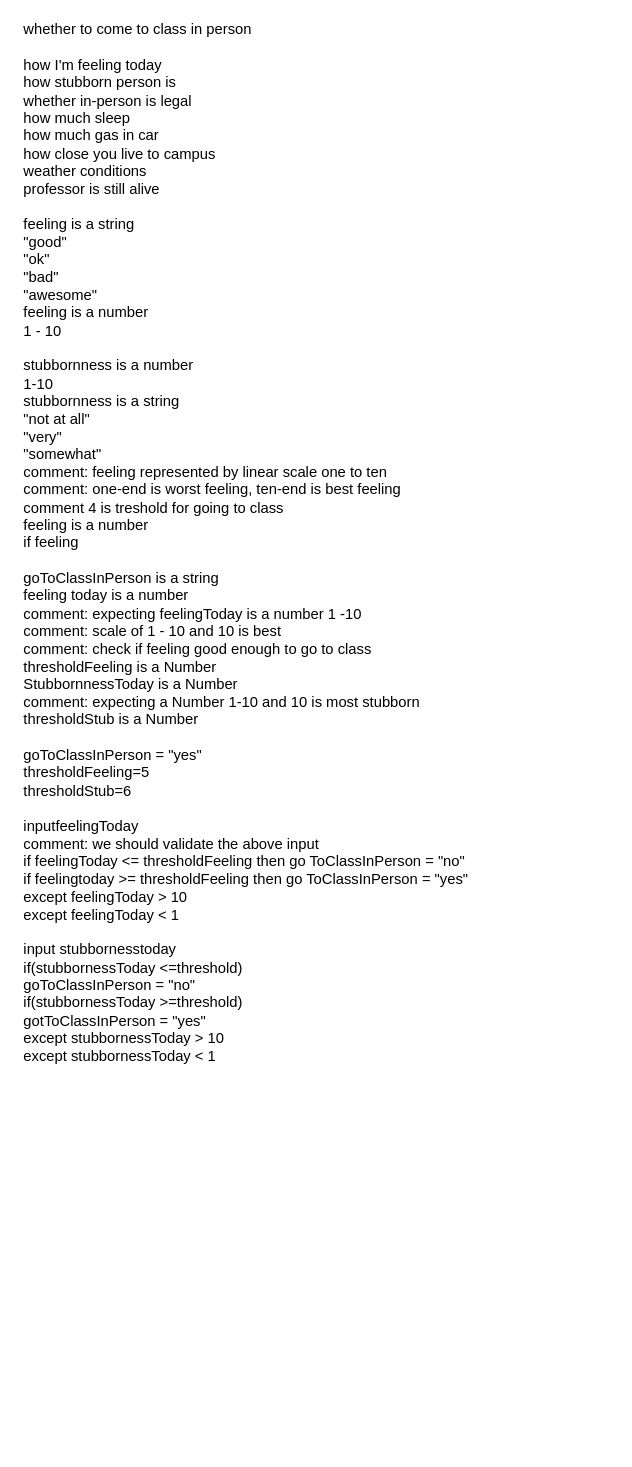
This is gotoclass Diagram.drawio from atimmer1/First-CSCS-1240, a draw.io file, before an edit. Source tidied: cells renumbered, new cells numbered last; positions are measured from the earlier drawing's top-left corner, leaving out a move shared by most shapes. Both pictures are drawn from the tidied source at 123%, with x=0, y=0 at pixel (21, 57).
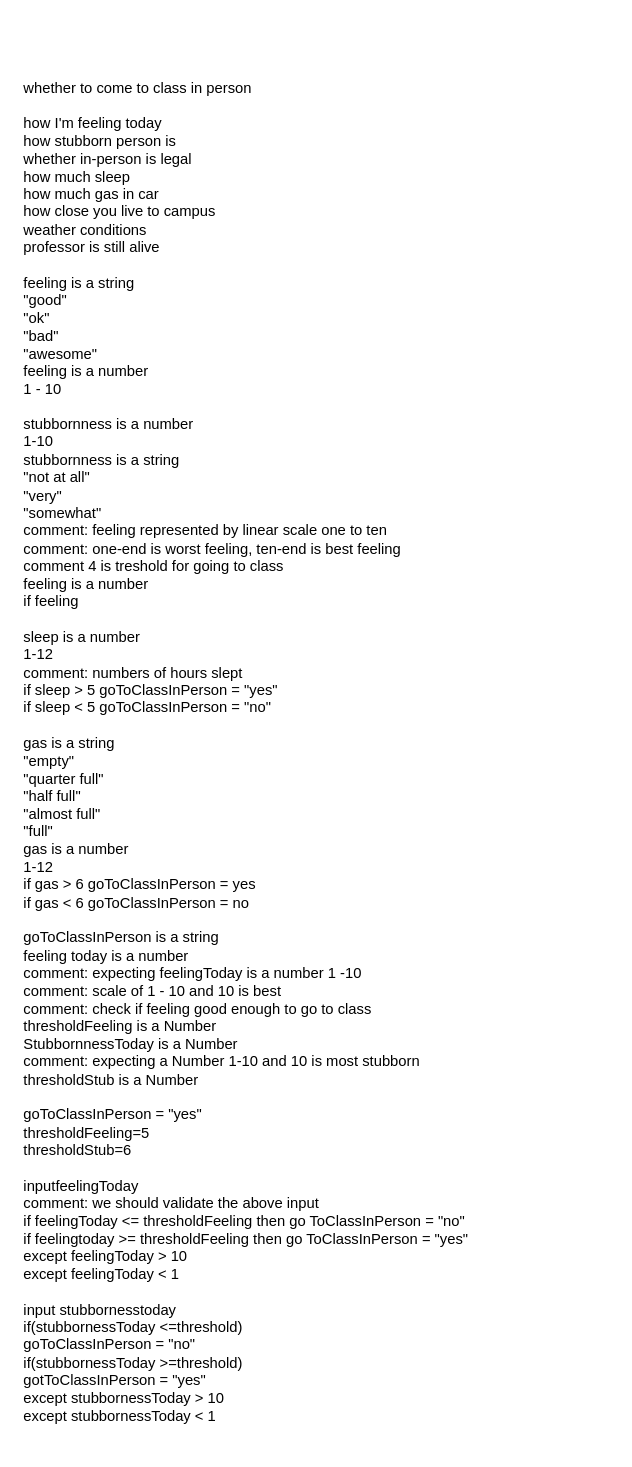
The same page after the edit.

Change to the diagram source:
```diff
@@
 <mxGraphModel>
   <root>
     <mxCell id="0" />
     <mxCell id="1" parent="0" />
-    <mxCell id="2" value="whether to come to class in person&lt;br&gt;&lt;br&gt;how I'm feeling today&lt;br&gt;how stubborn person is&lt;br&gt;whether in-person is legal&lt;br&gt;how much sleep&lt;br&gt;how much gas in car&lt;br&gt;how close you live to campus&lt;br&gt;weather conditions&lt;br&gt;professor is still alive&lt;br&gt;&lt;br&gt;feeling is a string&amp;nbsp;&lt;br&gt;&quot;good&quot;&lt;br&gt;&quot;ok&quot;&lt;br&gt;&quot;bad&quot;&lt;br&gt;&quot;awesome&quot;&lt;br&gt;feeling is a number&amp;nbsp;&lt;br&gt;1 - 10&lt;br&gt;&lt;br&gt;stubbornness is a number&amp;nbsp;&lt;br&gt;1-10&lt;br&gt;stubbornness is a string&amp;nbsp;&lt;br&gt;&quot;not at all&quot;&lt;br&gt;&quot;very&quot;&lt;br&gt;&quot;somewhat&quot;&lt;br&gt;comment: feeling represented by linear scale one to ten&lt;br&gt;comment: one-end is worst feeling, ten-end is best feeling&lt;br&gt;comment 4 is treshold for going to class&lt;br&gt;feeling is a number&lt;br&gt;if feeling&amp;nbsp;&lt;br&gt;&lt;br&gt;goToClassInPerson is a string&lt;br&gt;feeling today is a number&amp;nbsp;&lt;br&gt;comment: expecting feelingToday is a number 1 -10&lt;br&gt;comment: scale of 1 - 10 and 10 is best&lt;br&gt;comment: check if feeling good enough to go to class&lt;br&gt;thresholdFeeling is a Number&lt;br&gt;StubbornnessToday is a Number&lt;br&gt;comment: expecting a Number 1-10 and 10 is most stubborn&lt;br&gt;thresholdStub is a Number&lt;br&gt;&lt;br&gt;goToClassInPerson = &quot;yes&quot;&lt;br&gt;thresholdFeeling=5&lt;br&gt;thresholdStub=6&lt;br&gt;&lt;br&gt;inputfeelingToday&amp;nbsp;&lt;br&gt;comment: we should validate the above input&lt;br&gt;if feelingToday &amp;lt;= thresholdFeeling then go ToClassInPerson = &quot;no&quot;&lt;br&gt;if feelingtoday &amp;gt;= thresholdFeeling then go ToClassInPerson = &quot;yes&quot;&lt;br&gt;except feelingToday &amp;gt; 10&lt;br&gt;except feelingToday &amp;lt; 1&lt;br&gt;&lt;br&gt;input stubbornesstoday&lt;br&gt;if(stubbornessToday &amp;lt;=threshold)&lt;br&gt;goToClassInPerson = &quot;no&quot;&lt;br&gt;if(stubbornessToday &amp;gt;=threshold)&lt;br&gt;gotToClassInPerson = &quot;yes&quot;&lt;br&gt;except stubbornessToday &amp;gt; 10&lt;br&gt;except stubbornessToday &amp;lt; 1&amp;nbsp;" style="text;html=1;strokeColor=none;fillColor=none;align=left;verticalAlign=middle;whiteSpace=wrap;rounded=0;" parent="1" vertex="1">
-      <mxGeometry width="410" height="790" as="geometry" />
+    <mxCell id="2" value="whether to come to class in person&lt;br&gt;&lt;br&gt;how I'm feeling today&lt;br&gt;how stubborn person is&lt;br&gt;whether in-person is legal&lt;br&gt;how much sleep&lt;br&gt;how much gas in car&lt;br&gt;how close you live to campus&lt;br&gt;weather conditions&lt;br&gt;professor is still alive&lt;br&gt;&lt;br&gt;feeling is a string&amp;nbsp;&lt;br&gt;&quot;good&quot;&lt;br&gt;&quot;ok&quot;&lt;br&gt;&quot;bad&quot;&lt;br&gt;&quot;awesome&quot;&lt;br&gt;feeling is a number&amp;nbsp;&lt;br&gt;1 - 10&lt;br&gt;&lt;br&gt;stubbornness is a number&amp;nbsp;&lt;br&gt;1-10&lt;br&gt;stubbornness is a string&amp;nbsp;&lt;br&gt;&quot;not at all&quot;&lt;br&gt;&quot;very&quot;&lt;br&gt;&quot;somewhat&quot;&lt;br&gt;comment: feeling represented by linear scale one to ten&lt;br&gt;comment: one-end is worst feeling, ten-end is best feeling&lt;br&gt;comment 4 is treshold for going to class&lt;br&gt;feeling is a number&lt;br&gt;if feeling&amp;nbsp;&lt;br&gt;&lt;br&gt;sleep is a number&lt;br&gt;1-12&lt;br&gt;comment: numbers of hours slept&lt;br&gt;if sleep &amp;gt; 5 goToClassInPerson = &quot;yes&quot;&lt;br&gt;if sleep &amp;lt; 5 goToClassInPerson = &quot;no&quot;&lt;br&gt;&lt;br&gt;gas is a string&lt;br&gt;&quot;empty&quot;&lt;br&gt;&quot;quarter full&quot;&lt;br&gt;&quot;half full&quot;&lt;br&gt;&quot;almost full&quot;&lt;br&gt;&quot;full&quot;&lt;br&gt;gas is a number&lt;br&gt;1-12&lt;br&gt;if gas &amp;gt; 6 goToClassInPerson = yes&lt;br&gt;if gas &amp;lt; 6 goToClassInPerson = no&lt;br&gt;&lt;br&gt;goToClassInPerson is a string&lt;br&gt;feeling today is a number&amp;nbsp;&lt;br&gt;comment: expecting feelingToday is a number 1 -10&lt;br&gt;comment: scale of 1 - 10 and 10 is best&lt;br&gt;comment: check if feeling good enough to go to class&lt;br&gt;thresholdFeeling is a Number&lt;br&gt;StubbornnessToday is a Number&lt;br&gt;comment: expecting a Number 1-10 and 10 is most stubborn&lt;br&gt;thresholdStub is a Number&lt;br&gt;&lt;br&gt;goToClassInPerson = &quot;yes&quot;&lt;br&gt;thresholdFeeling=5&lt;br&gt;thresholdStub=6&lt;br&gt;&lt;br&gt;inputfeelingToday&amp;nbsp;&lt;br&gt;comment: we should validate the above input&lt;br&gt;if feelingToday &amp;lt;= thresholdFeeling then go ToClassInPerson = &quot;no&quot;&lt;br&gt;if feelingtoday &amp;gt;= thresholdFeeling then go ToClassInPerson = &quot;yes&quot;&lt;br&gt;except feelingToday &amp;gt; 10&lt;br&gt;except feelingToday &amp;lt; 1&lt;br&gt;&lt;br&gt;input stubbornesstoday&lt;br&gt;if(stubbornessToday &amp;lt;=threshold)&lt;br&gt;goToClassInPerson = &quot;no&quot;&lt;br&gt;if(stubbornessToday &amp;gt;=threshold)&lt;br&gt;gotToClassInPerson = &quot;yes&quot;&lt;br&gt;except stubbornessToday &amp;gt; 10&lt;br&gt;except stubbornessToday &amp;lt; 1&amp;nbsp;" style="text;html=1;strokeColor=none;fillColor=none;align=left;verticalAlign=middle;whiteSpace=wrap;rounded=0;" parent="1" vertex="1">
+      <mxGeometry width="480" height="1130" as="geometry" />
     </mxCell>
   </root>
 </mxGraphModel>
```
